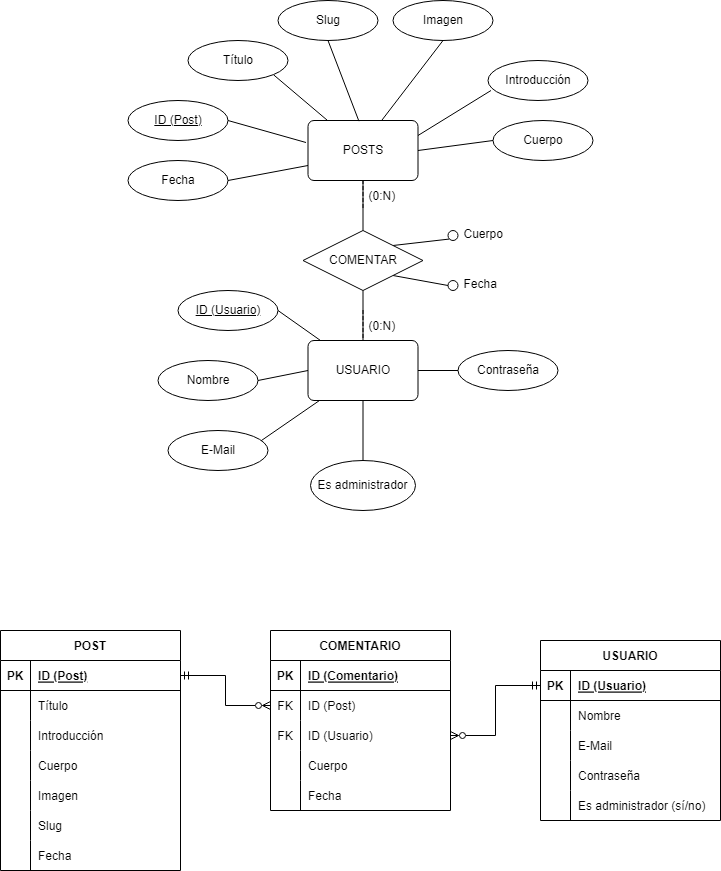
This is Diagrama MER.png from ismael29h/info2022, a draw.io export, as it was before one commit. Source tidied: cells renumbered, new cells last; positions are measured from the earlier drawing's top-left corner, leaving out a move shared by most shapes.
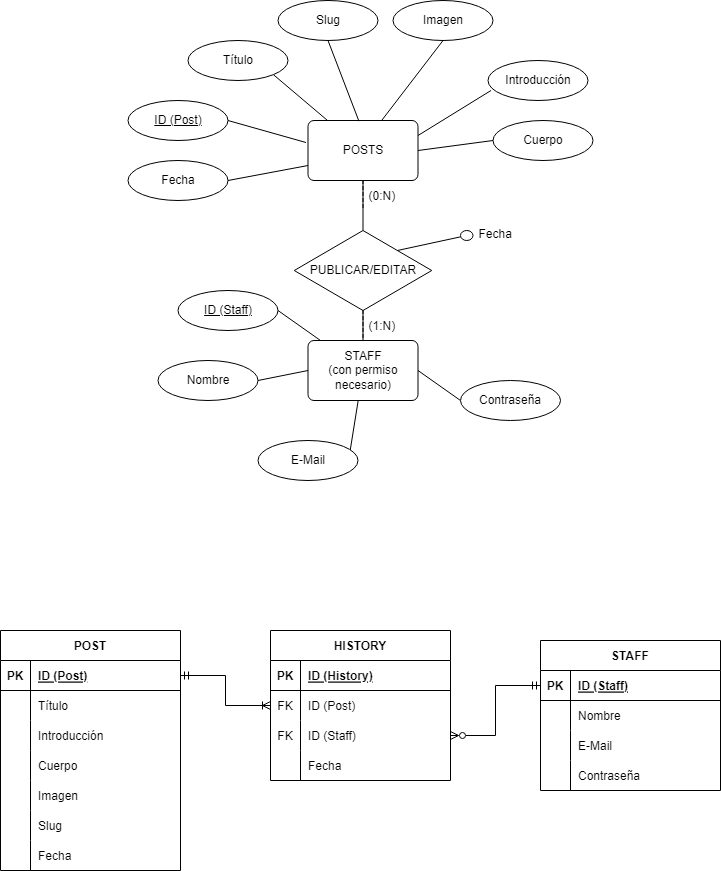
Above is the later version.

Commit message:
Posible diagrama...

Diff of the diagram source:
```diff
@@ -44,10 +44,7 @@
     <mxCell id="15" style="edgeStyle=none;rounded=0;jettySize=auto;html=1;exitX=1;exitY=0.5;exitDx=0;exitDy=0;entryX=0;entryY=0.5;entryDx=0;entryDy=0;endArrow=none;endFill=0;" parent="1" edge="1" source="17" target="30">
       <mxGeometry relative="1" as="geometry" />
     </mxCell>
-    <mxCell id="16" style="edgeStyle=orthogonalEdgeStyle;rounded=0;jettySize=auto;html=1;exitX=0.5;exitY=1;exitDx=0;exitDy=0;entryX=0.5;entryY=0;entryDx=0;entryDy=0;startArrow=none;startFill=0;endArrow=none;endFill=0;" parent="1" edge="1" source="17" target="96">
-      <mxGeometry relative="1" as="geometry" />
-    </mxCell>
-    <mxCell id="17" value="USUARIO" style="rounded=1;arcSize=10;whiteSpace=wrap;html=1;align=center;" parent="1" vertex="1">
+    <mxCell id="17" value="STAFF&lt;br&gt;(con permiso necesario)" style="rounded=1;arcSize=10;whiteSpace=wrap;html=1;align=center;" parent="1" vertex="1">
       <mxGeometry x="307.5" y="340" width="110" height="60" as="geometry" />
     </mxCell>
     <mxCell id="18" style="edgeStyle=none;rounded=0;jettySize=auto;html=1;exitX=0.5;exitY=0;exitDx=0;exitDy=0;entryX=0.5;entryY=1;entryDx=0;entryDy=0;endArrow=none;endFill=0;" parent="1" edge="1" source="22" target="3">
@@ -56,14 +53,11 @@
     <mxCell id="19" style="edgeStyle=none;rounded=0;jettySize=auto;html=1;exitX=0.5;exitY=1;exitDx=0;exitDy=0;entryX=0.5;entryY=0;entryDx=0;entryDy=0;endArrow=none;endFill=0;" parent="1" edge="1" source="22" target="17">
       <mxGeometry relative="1" as="geometry" />
     </mxCell>
-    <mxCell id="20" style="edgeStyle=none;rounded=0;jettySize=auto;html=1;exitX=1;exitY=0;exitDx=0;exitDy=0;entryX=0;entryY=1;entryDx=0;entryDy=0;endArrow=none;endFill=0;" parent="1" edge="1" source="22" target="35">
-      <mxGeometry relative="1" as="geometry" />
-    </mxCell>
-    <mxCell id="21" style="edgeStyle=none;rounded=0;jettySize=auto;html=1;exitX=1;exitY=1;exitDx=0;exitDy=0;entryX=0;entryY=0.5;entryDx=0;entryDy=0;endArrow=none;endFill=0;" parent="1" edge="1" source="22" target="36">
-      <mxGeometry relative="1" as="geometry" />
-    </mxCell>
+    <mxCell id="97" style="edgeStyle=none;rounded=0;jettySize=auto;html=1;exitX=1;exitY=0;exitDx=0;exitDy=0;endArrow=none;endFill=0;" parent="1" edge="1" source="22" target="99">
+      <mxGeometry relative="1" as="geometry" />
+    </mxCell>
-    <mxCell id="22" value="COMENTAR" style="shape=rhombus;perimeter=rhombusPerimeter;whiteSpace=wrap;html=1;align=center;" parent="1" vertex="1">
-      <mxGeometry x="302.5" y="230" width="120" height="60" as="geometry" />
+    <mxCell id="22" value="PUBLICAR/EDITAR" style="shape=rhombus;perimeter=rhombusPerimeter;whiteSpace=wrap;html=1;align=center;" parent="1" vertex="1">
+      <mxGeometry x="293.8" y="230" width="137.5" height="80" as="geometry" />
     </mxCell>
     <mxCell id="23" value="(0:N)" style="shape=partialRectangle;fillColor=none;align=left;verticalAlign=middle;strokeColor=none;spacingLeft=34;" parent="1" vertex="1">
       <mxGeometry x="332.5" y="180" width="90" height="30" as="geometry" />
@@ -71,7 +65,7 @@
     <mxCell id="24" style="shape=partialRectangle;top=0;left=0;bottom=0;fillColor=none;stokeWidth=1;dashed=1;align=left;verticalAlign=middle;spacingLeft=4;spacingRight=4;overflow=hidden;" parent="23" vertex="1">
       <mxGeometry width="30" height="30" as="geometry" />
     </mxCell>
-    <mxCell id="25" value="(0:N)" style="shape=partialRectangle;fillColor=none;align=left;verticalAlign=middle;strokeColor=none;spacingLeft=34;" parent="1" vertex="1">
+    <mxCell id="25" value="(1:N)" style="shape=partialRectangle;fillColor=none;align=left;verticalAlign=middle;strokeColor=none;spacingLeft=34;" parent="1" vertex="1">
       <mxGeometry x="332.5" y="310" width="90" height="30" as="geometry" />
     </mxCell>
     <mxCell id="26" style="shape=partialRectangle;top=0;left=0;bottom=0;fillColor=none;stokeWidth=1;dashed=1;align=left;verticalAlign=middle;spacingLeft=4;spacingRight=4;overflow=hidden;" parent="25" vertex="1">
@@ -89,13 +83,13 @@
       <mxGeometry x="157.5" y="360" width="100" height="40" as="geometry" />
     </mxCell>
     <mxCell id="30" value="Contraseña" style="ellipse;whiteSpace=wrap;html=1;align=center;" parent="1" vertex="1">
-      <mxGeometry x="457.5" y="350" width="100" height="40" as="geometry" />
+      <mxGeometry x="460" y="380" width="100" height="40" as="geometry" />
     </mxCell>
     <mxCell id="31" style="edgeStyle=none;rounded=0;jettySize=auto;html=1;exitX=0.92;exitY=0.275;exitDx=0;exitDy=0;endArrow=none;endFill=0;exitPerimeter=0;" parent="1" edge="1" source="32" target="17">
       <mxGeometry relative="1" as="geometry" />
     </mxCell>
     <mxCell id="32" value="E-Mail" style="ellipse;whiteSpace=wrap;html=1;align=center;" parent="1" vertex="1">
-      <mxGeometry x="167.5" y="430" width="100" height="40" as="geometry" />
+      <mxGeometry x="257.5" y="440" width="100" height="40" as="geometry" />
     </mxCell>
     <mxCell id="33" style="edgeStyle=none;rounded=0;jettySize=auto;html=1;exitX=1;exitY=0.5;exitDx=0;exitDy=0;entryX=0;entryY=0.75;entryDx=0;entryDy=0;endArrow=none;endFill=0;" parent="1" edge="1" source="34" target="3">
       <mxGeometry relative="1" as="geometry" />
@@ -103,19 +97,7 @@
     <mxCell id="34" value="Fecha" style="ellipse;whiteSpace=wrap;html=1;align=center;" parent="1" vertex="1">
       <mxGeometry x="127.5" y="160" width="100" height="40" as="geometry" />
     </mxCell>
-    <mxCell id="35" style="ellipse;whiteSpace=wrap;html=1;align=center;" parent="1" vertex="1">
-      <mxGeometry x="447.5" y="230" width="10" height="10" as="geometry" />
-    </mxCell>
-    <mxCell id="36" style="ellipse;whiteSpace=wrap;html=1;align=center;" parent="1" vertex="1">
-      <mxGeometry x="447.5" y="280" width="10" height="10" as="geometry" />
-    </mxCell>
-    <mxCell id="37" value="Cuerpo" style="text;strokeColor=none;fillColor=none;spacingLeft=4;spacingRight=4;overflow=hidden;fontSize=12;" parent="1" vertex="1">
-      <mxGeometry x="457.5" y="220" width="100" height="30" as="geometry" />
-    </mxCell>
-    <mxCell id="38" value="Fecha" style="text;strokeColor=none;fillColor=none;spacingLeft=4;spacingRight=4;overflow=hidden;fontSize=12;" parent="1" vertex="1">
-      <mxGeometry x="457.5" y="270" width="50" height="30" as="geometry" />
-    </mxCell>
-    <mxCell id="39" value="ID (Usuario)" style="ellipse;whiteSpace=wrap;html=1;align=center;fontStyle=4;" parent="1" vertex="1">
+    <mxCell id="39" value="ID (Staff)" style="ellipse;whiteSpace=wrap;html=1;align=center;fontStyle=4;" parent="1" vertex="1">
       <mxGeometry x="177.5" y="290" width="100" height="40" as="geometry" />
     </mxCell>
     <mxCell id="40" value="POST" style="shape=table;startSize=30;rowLines=0;fontStyle=1;align=center;" parent="1" vertex="1">
@@ -184,8 +166,8 @@
     <mxCell id="61" value="Fecha" style="shape=partialRectangle;fillColor=none;top=0;left=0;bottom=0;right=0;align=left;spacingLeft=6;overflow=hidden;" parent="59" vertex="1">
       <mxGeometry x="30" width="150" height="30" as="geometry" />
     </mxCell>
-    <mxCell id="62" value="COMENTARIO" style="shape=table;startSize=30;rowLines=0;fontStyle=1;align=center;" parent="1" vertex="1">
-      <mxGeometry x="270" y="630" width="180" height="180" as="geometry" />
+    <mxCell id="62" value="HISTORY" style="shape=table;startSize=30;rowLines=0;fontStyle=1;align=center;" parent="1" vertex="1">
+      <mxGeometry x="270" y="630" width="180" height="150" as="geometry" />
     </mxCell>
     <mxCell id="63" style="shape=tableRow;horizontal=0;startSize=0;swimlaneHead=0;swimlaneBody=0;fillColor=none;top=0;left=0;right=0;bottom=1;" parent="62" vertex="1">
       <mxGeometry y="30" width="180" height="30" as="geometry" />
@@ -193,7 +175,7 @@
     <mxCell id="64" value="PK" style="shape=partialRectangle;fillColor=none;top=0;left=0;bottom=0;right=0;fontStyle=1;overflow=hidden;" parent="63" vertex="1">
       <mxGeometry width="30" height="30" as="geometry" />
     </mxCell>
-    <mxCell id="65" value="ID (Comentario)" style="shape=partialRectangle;fillColor=none;top=0;left=0;bottom=0;right=0;align=left;spacingLeft=6;fontStyle=5;overflow=hidden;" parent="63" vertex="1">
+    <mxCell id="65" value="ID (History)" style="shape=partialRectangle;fillColor=none;top=0;left=0;bottom=0;right=0;align=left;spacingLeft=6;fontStyle=5;overflow=hidden;" parent="63" vertex="1">
       <mxGeometry x="30" width="150" height="30" as="geometry" />
     </mxCell>
     <mxCell id="66" style="shape=tableRow;horizontal=0;startSize=0;swimlaneHead=0;swimlaneBody=0;fillColor=none;points=[[0,0.5],[1,0.5]];portConstraint=eastwest;top=0;left=0;right=0;bottom=0;" parent="62" vertex="1">
@@ -211,29 +193,20 @@
     <mxCell id="70" value="FK" style="shape=partialRectangle;fillColor=none;top=0;left=0;bottom=0;right=0;fontStyle=0;overflow=hidden;" parent="69" vertex="1">
       <mxGeometry width="30" height="30" as="geometry" />
     </mxCell>
-    <mxCell id="71" value="ID (Usuario)" style="shape=partialRectangle;fillColor=none;top=0;left=0;bottom=0;right=0;align=left;spacingLeft=6;fontStyle=0;overflow=hidden;" parent="69" vertex="1">
+    <mxCell id="71" value="ID (Staff)" style="shape=partialRectangle;fillColor=none;top=0;left=0;bottom=0;right=0;align=left;spacingLeft=6;fontStyle=0;overflow=hidden;" parent="69" vertex="1">
       <mxGeometry x="30" width="150" height="30" as="geometry" />
     </mxCell>
     <mxCell id="72" style="shape=tableRow;horizontal=0;startSize=0;swimlaneHead=0;swimlaneBody=0;fillColor=none;top=0;left=0;right=0;bottom=0;" parent="62" vertex="1">
       <mxGeometry y="120" width="180" height="30" as="geometry" />
     </mxCell>
-    <mxCell id="73" style="shape=partialRectangle;fillColor=none;top=0;left=0;bottom=0;right=0;overflow=hidden;" parent="72" vertex="1">
-      <mxGeometry width="30" height="30" as="geometry" />
-    </mxCell>
-    <mxCell id="74" value="Cuerpo" style="shape=partialRectangle;fillColor=none;top=0;left=0;bottom=0;right=0;align=left;spacingLeft=6;overflow=hidden;" parent="72" vertex="1">
-      <mxGeometry x="30" width="150" height="30" as="geometry" />
-    </mxCell>
-    <mxCell id="75" style="shape=tableRow;horizontal=0;startSize=0;swimlaneHead=0;swimlaneBody=0;fillColor=none;top=0;left=0;right=0;bottom=0;" parent="62" vertex="1">
-      <mxGeometry y="150" width="180" height="30" as="geometry" />
-    </mxCell>
-    <mxCell id="76" style="shape=partialRectangle;fillColor=none;top=0;left=0;bottom=0;right=0;overflow=hidden;" parent="75" vertex="1">
-      <mxGeometry width="30" height="30" as="geometry" />
-    </mxCell>
+    <mxCell id="98" style="shape=partialRectangle;fillColor=none;top=0;left=0;bottom=0;right=0;overflow=hidden;" parent="72" vertex="1">
+      <mxGeometry width="30" height="30" as="geometry" />
+    </mxCell>
-    <mxCell id="77" value="Fecha" style="shape=partialRectangle;fillColor=none;top=0;left=0;bottom=0;right=0;align=left;spacingLeft=6;overflow=hidden;" parent="75" vertex="1">
+    <mxCell id="77" value="Fecha" style="shape=partialRectangle;fillColor=none;top=0;left=0;bottom=0;right=0;align=left;spacingLeft=6;overflow=hidden;" parent="72" vertex="1">
       <mxGeometry x="30" width="150" height="30" as="geometry" />
     </mxCell>
-    <mxCell id="78" value="USUARIO" style="shape=table;startSize=30;rowLines=0;fontStyle=1;align=center;" parent="1" vertex="1">
-      <mxGeometry x="540" y="640" width="180" height="180" as="geometry" />
+    <mxCell id="78" value="STAFF" style="shape=table;startSize=30;rowLines=0;fontStyle=1;align=center;" parent="1" vertex="1">
+      <mxGeometry x="540" y="640" width="180" height="150" as="geometry" />
     </mxCell>
     <mxCell id="79" style="shape=tableRow;horizontal=0;startSize=0;swimlaneHead=0;swimlaneBody=0;fillColor=none;points=[[0,0.5],[1,0.5]];portConstraint=eastwest;top=0;left=0;right=0;bottom=1;" parent="78" vertex="1">
       <mxGeometry y="30" width="180" height="30" as="geometry" />
@@ -241,7 +214,7 @@
     <mxCell id="80" value="PK" style="shape=partialRectangle;fillColor=none;top=0;left=0;bottom=0;right=0;fontStyle=1;overflow=hidden;" parent="79" vertex="1">
       <mxGeometry width="30" height="30" as="geometry" />
     </mxCell>
-    <mxCell id="81" value="ID (Usuario)" style="shape=partialRectangle;fillColor=none;top=0;left=0;bottom=0;right=0;align=left;spacingLeft=6;fontStyle=5;overflow=hidden;" parent="79" vertex="1">
+    <mxCell id="81" value="ID (Staff)" style="shape=partialRectangle;fillColor=none;top=0;left=0;bottom=0;right=0;align=left;spacingLeft=6;fontStyle=5;overflow=hidden;" parent="79" vertex="1">
       <mxGeometry x="30" width="150" height="30" as="geometry" />
     </mxCell>
     <mxCell id="82" style="shape=tableRow;horizontal=0;startSize=0;swimlaneHead=0;swimlaneBody=0;fillColor=none;top=0;left=0;right=0;bottom=0;" parent="78" vertex="1">
@@ -271,23 +244,17 @@
     <mxCell id="90" value="Contraseña" style="shape=partialRectangle;fillColor=none;top=0;left=0;bottom=0;right=0;align=left;spacingLeft=6;overflow=hidden;" parent="88" vertex="1">
       <mxGeometry x="30" width="150" height="30" as="geometry" />
     </mxCell>
-    <mxCell id="91" style="shape=tableRow;horizontal=0;startSize=0;swimlaneHead=0;swimlaneBody=0;fillColor=none;top=0;left=0;right=0;bottom=0;" parent="78" vertex="1">
-      <mxGeometry y="150" width="180" height="30" as="geometry" />
-    </mxCell>
-    <mxCell id="92" style="shape=partialRectangle;fillColor=none;top=0;left=0;bottom=0;right=0;overflow=hidden;" parent="91" vertex="1">
-      <mxGeometry width="30" height="30" as="geometry" />
-    </mxCell>
-    <mxCell id="93" value="Es administrador (sí/no)" style="shape=partialRectangle;fillColor=none;top=0;left=0;bottom=0;right=0;align=left;spacingLeft=6;overflow=hidden;" parent="91" vertex="1">
-      <mxGeometry x="30" width="150" height="30" as="geometry" />
-    </mxCell>
-    <mxCell id="94" style="edgeStyle=orthogonalEdgeStyle;rounded=0;jettySize=auto;html=1;exitX=1;exitY=0.5;exitDx=0;exitDy=0;entryX=0;entryY=0.5;entryDx=0;entryDy=0;endArrow=ERzeroToMany;endFill=0;startArrow=ERmandOne;startFill=0;" parent="1" edge="1" source="41" target="66">
+    <mxCell id="94" style="edgeStyle=orthogonalEdgeStyle;rounded=0;jettySize=auto;html=1;exitX=1;exitY=0.5;exitDx=0;exitDy=0;entryX=0;entryY=0.5;entryDx=0;entryDy=0;endArrow=ERoneToMany;endFill=0;startArrow=ERmandOne;startFill=0;" parent="1" edge="1" source="41" target="66">
       <mxGeometry relative="1" as="geometry" />
     </mxCell>
     <mxCell id="95" style="edgeStyle=orthogonalEdgeStyle;rounded=0;jettySize=auto;html=1;exitX=1;exitY=0.5;exitDx=0;exitDy=0;entryX=0;entryY=0.5;entryDx=0;entryDy=0;endArrow=ERmandOne;endFill=0;startArrow=ERzeroToMany;startFill=0;" parent="1" edge="1" source="69" target="79">
       <mxGeometry relative="1" as="geometry" />
     </mxCell>
-    <mxCell id="96" value="Es administrador" style="ellipse;whiteSpace=wrap;html=1;align=center;" parent="1" vertex="1">
-      <mxGeometry x="310" y="460" width="105" height="50" as="geometry" />
-    </mxCell>
+    <mxCell id="99" style="ellipse;whiteSpace=wrap;html=1;align=center;" parent="1" vertex="1">
+      <mxGeometry x="460" y="230" width="12.5" height="10" as="geometry" />
+    </mxCell>
+    <mxCell id="38" value="Fecha" style="text;strokeColor=none;fillColor=none;spacingLeft=4;spacingRight=4;overflow=hidden;fontSize=12;" parent="1" vertex="1">
+      <mxGeometry x="472.5" y="220" width="50" height="30" as="geometry" />
+    </mxCell>
   </root>
 </mxGraphModel>
```
